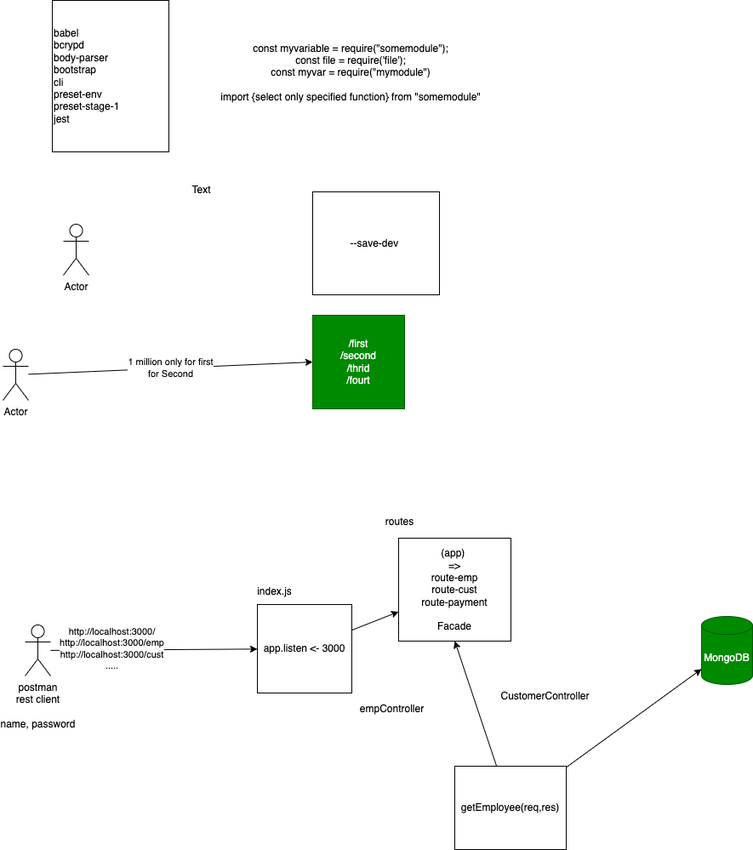
Above: images/day6-drawio.png in adithnaveen/2022-sapient-react-node-graphql (draw.io), before the change. Source tidied: cells renumbered, new cells last; positions are measured from the earlier drawing's top-left corner, leaving out a move shared by most shapes.
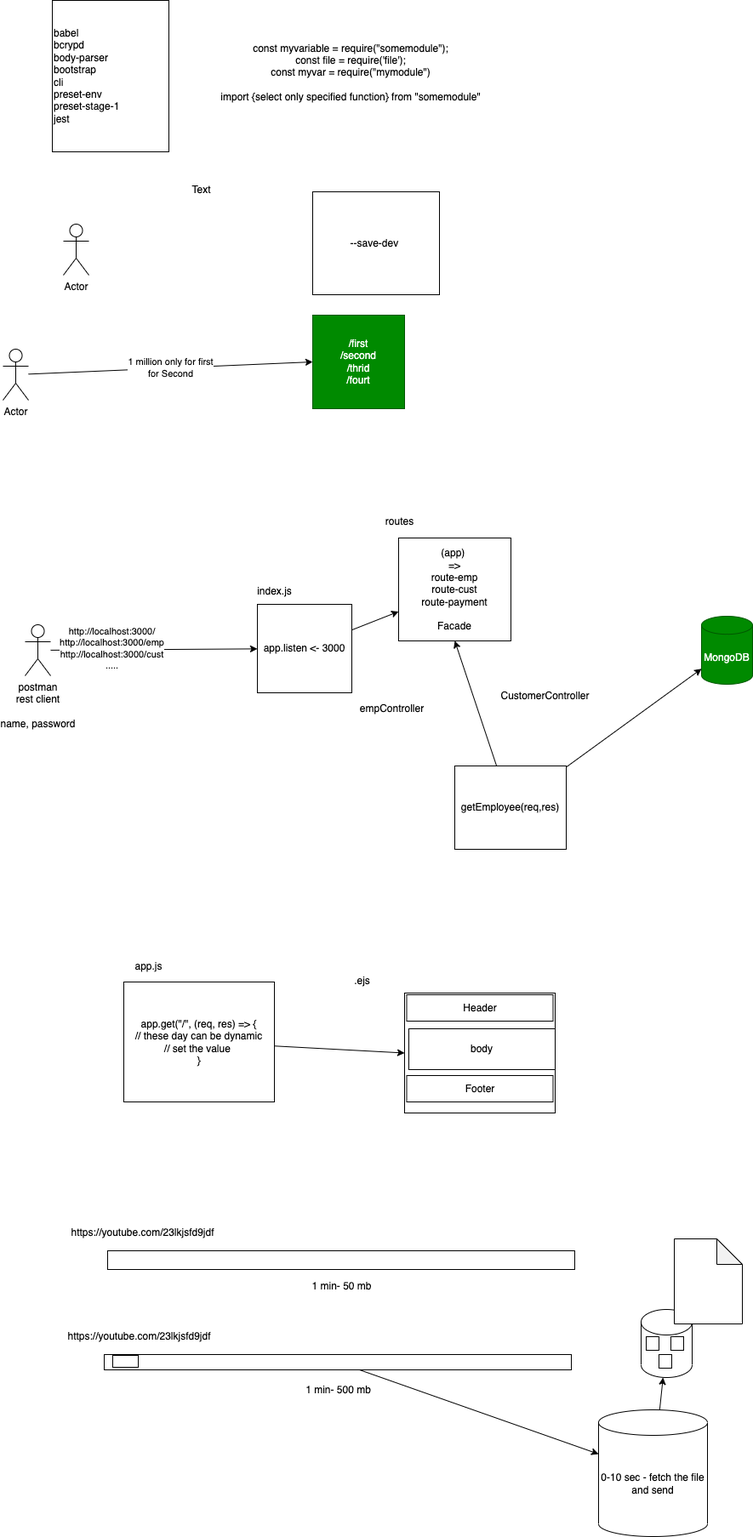
Later version of the same file.

Diff of the diagram source:
```diff
@@ -68,5 +68,74 @@
     <mxCell id="23" value="CustomerController" style="text;html=1;align=center;verticalAlign=middle;strokeColor=none;fillColor=none;" parent="1" vertex="1">
       <mxGeometry x="580" y="809" width="114" height="18" as="geometry" />
     </mxCell>
+    <mxCell id="24" style="edgeStyle=none;html=1;entryX=0;entryY=0.5;entryDx=0;entryDy=0;" parent="1" edge="1" source="25" target="27">
+      <mxGeometry relative="1" as="geometry" />
+    </mxCell>
+    <mxCell id="25" value="app.get(&quot;/&quot;, (req, res) =&amp;gt; {&lt;br&gt;// these day can be dynamic&lt;br&gt;// set the value&amp;nbsp;&lt;br&gt;}" style="rounded=0;whiteSpace=wrap;html=1;" parent="1" vertex="1">
+      <mxGeometry x="142" y="1154" width="177" height="141" as="geometry" />
+    </mxCell>
+    <mxCell id="26" value="app.js" style="text;html=1;align=center;verticalAlign=middle;strokeColor=none;fillColor=none;" parent="1" vertex="1">
+      <mxGeometry x="150" y="1127" width="42" height="18" as="geometry" />
+    </mxCell>
+    <mxCell id="27" value="&amp;lt;html&amp;gt;&lt;br&gt;&amp;lt;/html&amp;gt;" style="rounded=0;whiteSpace=wrap;html=1;" parent="1" vertex="1">
+      <mxGeometry x="472" y="1167" width="177" height="141" as="geometry" />
+    </mxCell>
+    <mxCell id="28" value=".ejs" style="text;html=1;align=center;verticalAlign=middle;strokeColor=none;fillColor=none;" parent="1" vertex="1">
+      <mxGeometry x="407" y="1144" width="29" height="18" as="geometry" />
+    </mxCell>
+    <mxCell id="29" value="Header" style="rounded=0;whiteSpace=wrap;html=1;" parent="1" vertex="1">
+      <mxGeometry x="474.5" y="1169" width="172" height="31" as="geometry" />
+    </mxCell>
+    <mxCell id="30" value="Footer" style="rounded=0;whiteSpace=wrap;html=1;" parent="1" vertex="1">
+      <mxGeometry x="474.5" y="1264" width="172" height="31" as="geometry" />
+    </mxCell>
+    <mxCell id="31" value="body" style="rounded=0;whiteSpace=wrap;html=1;" parent="1" vertex="1">
+      <mxGeometry x="477" y="1209" width="172" height="48" as="geometry" />
+    </mxCell>
+    <mxCell id="32" style="rounded=0;whiteSpace=wrap;html=1;" parent="1" vertex="1">
+      <mxGeometry x="123" y="1470" width="549" height="22" as="geometry" />
+    </mxCell>
+    <mxCell id="33" value="1 min- 50 mb" style="text;html=1;align=center;verticalAlign=middle;strokeColor=none;fillColor=none;" parent="1" vertex="1">
+      <mxGeometry x="358" y="1503" width="80" height="18" as="geometry" />
+    </mxCell>
+    <mxCell id="34" value="https://youtube.com/23lkjsfd9jdf" style="text;html=1;align=center;verticalAlign=middle;strokeColor=none;fillColor=none;" parent="1" vertex="1">
+      <mxGeometry x="75" y="1440" width="178" height="18" as="geometry" />
+    </mxCell>
+    <mxCell id="35" style="edgeStyle=none;html=1;" parent="1" edge="1" source="36" target="44">
+      <mxGeometry relative="1" as="geometry" />
+    </mxCell>
+    <mxCell id="36" style="rounded=0;whiteSpace=wrap;html=1;" parent="1" vertex="1">
+      <mxGeometry x="119" y="1592" width="549" height="18" as="geometry" />
+    </mxCell>
+    <mxCell id="37" value="1 min- 500 mb" style="text;html=1;align=center;verticalAlign=middle;strokeColor=none;fillColor=none;" parent="1" vertex="1">
+      <mxGeometry x="350" y="1625" width="87" height="18" as="geometry" />
+    </mxCell>
+    <mxCell id="38" value="https://youtube.com/23lkjsfd9jdf" style="text;html=1;align=center;verticalAlign=middle;strokeColor=none;fillColor=none;" parent="1" vertex="1">
+      <mxGeometry x="71" y="1562" width="178" height="18" as="geometry" />
+    </mxCell>
+    <mxCell id="39" style="shape=cylinder3;whiteSpace=wrap;html=1;boundedLbl=1;backgroundOutline=1;size=15;" parent="1" vertex="1">
+      <mxGeometry x="750" y="1539" width="60" height="80" as="geometry" />
+    </mxCell>
+    <mxCell id="40" style="rounded=0;whiteSpace=wrap;html=1;" parent="1" vertex="1">
+      <mxGeometry x="756" y="1571" width="15" height="16" as="geometry" />
+    </mxCell>
+    <mxCell id="41" style="rounded=0;whiteSpace=wrap;html=1;" parent="1" vertex="1">
+      <mxGeometry x="785" y="1571" width="15" height="16" as="geometry" />
+    </mxCell>
+    <mxCell id="42" style="rounded=0;whiteSpace=wrap;html=1;" parent="1" vertex="1">
+      <mxGeometry x="771" y="1592" width="15" height="16" as="geometry" />
+    </mxCell>
+    <mxCell id="43" style="edgeStyle=none;html=1;" parent="1" edge="1" source="44" target="39">
+      <mxGeometry relative="1" as="geometry" />
+    </mxCell>
+    <mxCell id="44" value="0-10 sec - fetch the file and send" style="shape=cylinder3;whiteSpace=wrap;html=1;boundedLbl=1;backgroundOutline=1;size=15;" parent="1" vertex="1">
+      <mxGeometry x="700" y="1657" width="128" height="149" as="geometry" />
+    </mxCell>
+    <mxCell id="45" style="shape=note;whiteSpace=wrap;html=1;backgroundOutline=1;darkOpacity=0.05;" parent="1" vertex="1">
+      <mxGeometry x="789" y="1456" width="80" height="100" as="geometry" />
+    </mxCell>
+    <mxCell id="46" style="rounded=0;whiteSpace=wrap;html=1;" parent="1" vertex="1">
+      <mxGeometry x="129" y="1593" width="30" height="14" as="geometry" />
+    </mxCell>
   </root>
 </mxGraphModel>
```
